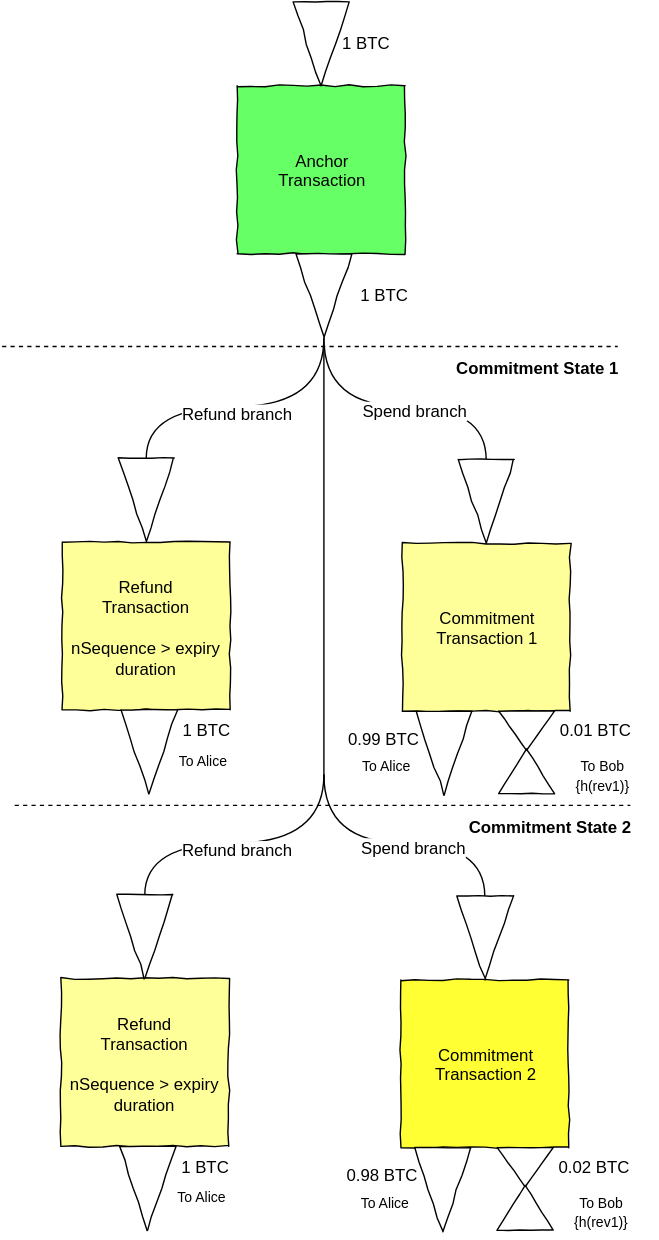
PayChan/bitcoin-payment-channels-taxonomy keeps this draw.io diagram as two-way-channel2.svg. Above is the earlier version. Source tidied: cells renumbered, new cells last; positions are measured from the earlier drawing's top-left corner, leaving out a move shared by most shapes.
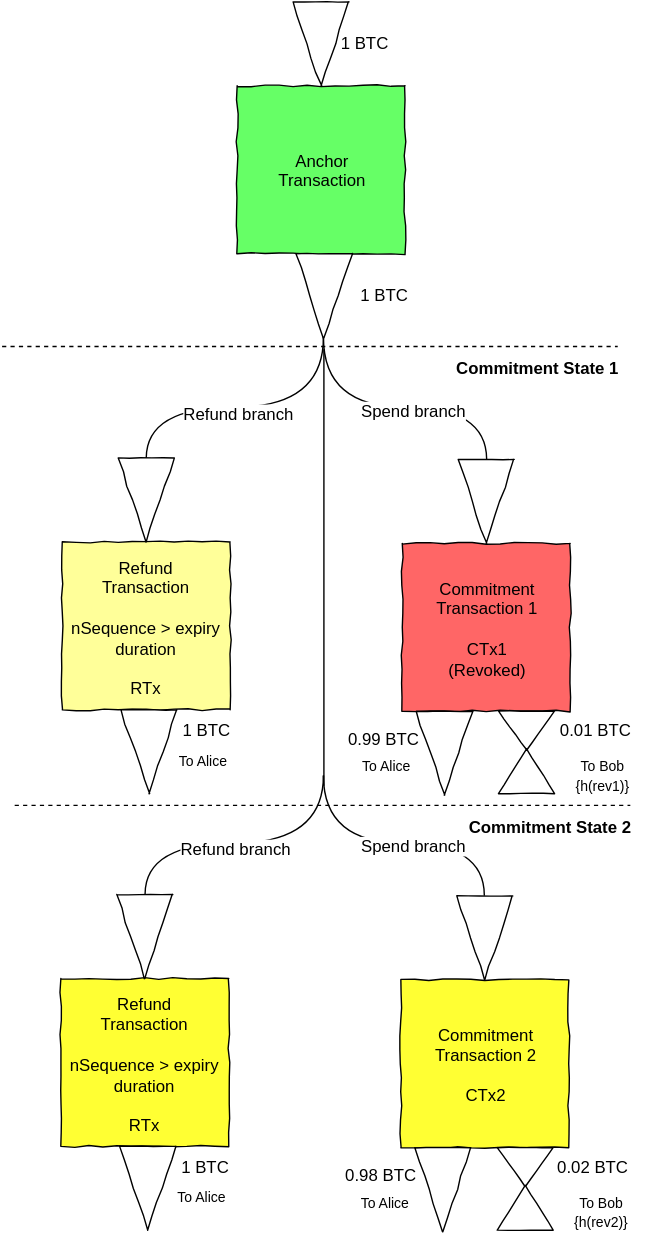
The same file after the commit.

Diff of the diagram source:
```diff
@@ -12,7 +12,7 @@
       <mxGeometry x="200" y="179.7" width="60" height="40" as="geometry" />
     </mxCell>
     <mxCell id="5" style="endArrow=none;html=1;edgeStyle=orthogonalEdgeStyle;endFill=0;curved=1;exitX=1;exitY=0.5;entryX=0;entryY=0.5;" parent="1" edge="1" source="4" target="17">
-      <mxGeometry x="937" y="4769.7" as="geometry">
+      <mxGeometry x="942" y="6497.7" as="geometry">
         <Array as="points">
           <mxPoint x="230" y="279" />
           <mxPoint x="346" y="279" />
@@ -25,12 +25,12 @@
       </mxGeometry>
     </mxCell>
     <mxCell id="7" value="Spend branch" style="text;html=1;align=center;verticalAlign=middle;labelBackgroundColor=#ffffff;" parent="1" vertex="1">
-      <mxGeometry x="295" y="281" as="geometry">
+      <mxGeometry x="294.2" y="281.3" as="geometry">
         <mxPoint x="12" y="2" as="offset" />
       </mxGeometry>
     </mxCell>
     <mxCell id="8" style="endArrow=none;html=1;edgeStyle=orthogonalEdgeStyle;endFill=0;curved=1;exitX=1;exitY=0.5;entryX=0;entryY=0.5;" parent="1" edge="1" source="4" target="14">
-      <mxGeometry x="647" y="4779.7" as="geometry">
+      <mxGeometry x="652" y="6507.7" as="geometry">
         <Array as="points">
           <mxPoint x="230" y="279" />
           <mxPoint x="103" y="279" />
@@ -43,7 +43,7 @@
       </mxGeometry>
     </mxCell>
     <mxCell id="10" value="Refund branch" style="text;html=1;align=center;verticalAlign=middle;labelBackgroundColor=#ffffff;" parent="1" vertex="1">
-      <mxGeometry x="168" y="283" as="geometry">
+      <mxGeometry x="169" y="283.3" as="geometry">
         <mxPoint x="-4" y="4" as="offset" />
       </mxGeometry>
     </mxCell>
@@ -53,7 +53,7 @@
     <mxCell id="12" value="1 BTC" style="text;html=1;strokeColor=none;fillColor=none;align=center;verticalAlign=middle;whiteSpace=wrap;overflow=hidden;comic=1;" parent="1" vertex="1">
       <mxGeometry x="249" y="179.7" width="48" height="39" as="geometry" />
     </mxCell>
-    <mxCell id="13" value="&lt;span&gt;Refund&lt;/span&gt;&lt;div&gt;Transaction&lt;/div&gt;&lt;div&gt;&lt;br&gt;&lt;/div&gt;&lt;div&gt;nSequence &amp;gt; expiry duration&lt;/div&gt;" style="whiteSpace=wrap;html=1;comic=1;fillColor=#FFFF99;" parent="1" vertex="1">
+    <mxCell id="13" value="&lt;span&gt;Refund&lt;/span&gt;&lt;div&gt;Transaction&lt;/div&gt;&lt;div&gt;&lt;br&gt;&lt;/div&gt;&lt;div&gt;nSequence &amp;gt; expiry duration&lt;/div&gt;&lt;div&gt;&lt;br&gt;&lt;/div&gt;&lt;div&gt;RTx&lt;/div&gt;" style="whiteSpace=wrap;html=1;comic=1;fillColor=#FFFF99;" parent="1" vertex="1">
       <mxGeometry x="43" y="375.7" width="120" height="120" as="geometry" />
     </mxCell>
     <mxCell id="14" style="triangle;whiteSpace=wrap;html=1;comic=1;rotation=90;" parent="1" vertex="1">
@@ -62,7 +62,7 @@
     <mxCell id="15" style="triangle;whiteSpace=wrap;html=1;comic=1;rotation=90;" parent="1" vertex="1">
       <mxGeometry x="75" y="505.7" width="60" height="40" as="geometry" />
     </mxCell>
-    <mxCell id="16" value="Commitment&lt;div&gt;Transaction 1&lt;/div&gt;" style="whiteSpace=wrap;html=1;comic=1;fillColor=#FFFF99;" parent="1" vertex="1">
+    <mxCell id="16" value="Commitment&lt;div&gt;Transaction 1&lt;/div&gt;&lt;div&gt;&lt;br&gt;&lt;/div&gt;&lt;div&gt;CTx1&lt;/div&gt;&lt;div&gt;(Revoked)&lt;/div&gt;" style="whiteSpace=wrap;html=1;comic=1;fillColor=#FF6666;" parent="1" vertex="1">
       <mxGeometry x="286" y="376.7" width="120" height="120" as="geometry" />
     </mxCell>
     <mxCell id="17" style="triangle;whiteSpace=wrap;html=1;comic=1;rotation=90;" parent="1" vertex="1">
@@ -117,7 +117,7 @@
       <mxGeometry x="394" y="524.3" width="70" height="36" as="geometry" />
     </mxCell>
     <mxCell id="34" style="endArrow=none;html=1;endFill=0;dashed=1;" parent="1" edge="1">
-      <mxGeometry x="692" y="4766" as="geometry">
+      <mxGeometry x="697" y="6494" as="geometry">
         <mxPoint y="236" as="sourcePoint" />
         <mxPoint x="440" y="236" as="targetPoint" />
       </mxGeometry>
@@ -126,8 +126,8 @@
       <mxGeometry x="305.7" y="241" width="153" height="20" as="geometry" />
     </mxCell>
     <mxCell id="36" style="endArrow=none;html=1;edgeStyle=orthogonalEdgeStyle;endFill=0;curved=1;exitX=1;exitY=0.5;entryX=0;entryY=0.5;" parent="1" edge="1" target="46">
-      <mxGeometry x="936" y="5081.7" as="geometry">
-        <mxPoint x="230" y="542" as="sourcePoint" />
+      <mxGeometry x="941" y="6809.7" as="geometry">
+        <mxPoint x="229.7" y="542.7" as="sourcePoint" />
         <Array as="points">
           <mxPoint x="230" y="591" />
           <mxPoint x="345" y="591" />
@@ -140,13 +140,13 @@
       </mxGeometry>
     </mxCell>
     <mxCell id="38" value="Spend branch" style="text;html=1;align=center;verticalAlign=middle;labelBackgroundColor=#ffffff;" parent="1" vertex="1">
-      <mxGeometry x="294" y="593" as="geometry">
+      <mxGeometry x="294.2" y="593" as="geometry">
         <mxPoint x="12" y="2" as="offset" />
       </mxGeometry>
     </mxCell>
     <mxCell id="39" style="endArrow=none;html=1;edgeStyle=orthogonalEdgeStyle;endFill=0;curved=1;exitX=1;exitY=0.5;entryX=0;entryY=0.5;" parent="1" edge="1" target="43">
-      <mxGeometry x="646" y="5091.7" as="geometry">
-        <mxPoint x="230" y="542" as="sourcePoint" />
+      <mxGeometry x="651" y="6819.7" as="geometry">
+        <mxPoint x="229.7" y="542.7" as="sourcePoint" />
         <Array as="points">
           <mxPoint x="230" y="591" />
           <mxPoint x="102" y="591" />
@@ -159,11 +159,11 @@
       </mxGeometry>
     </mxCell>
     <mxCell id="41" value="Refund branch" style="text;html=1;align=center;verticalAlign=middle;labelBackgroundColor=#ffffff;" parent="1" vertex="1">
-      <mxGeometry x="168" y="595" as="geometry">
+      <mxGeometry x="167.3" y="595" as="geometry">
         <mxPoint x="-4" y="4" as="offset" />
       </mxGeometry>
     </mxCell>
-    <mxCell id="42" value="&lt;span&gt;Refund&lt;/span&gt;&lt;div&gt;Transaction&lt;/div&gt;&lt;div&gt;&lt;br&gt;&lt;/div&gt;&lt;div&gt;nSequence &amp;gt; expiry duration&lt;/div&gt;" style="whiteSpace=wrap;html=1;comic=1;fillColor=#FFFF99;" parent="1" vertex="1">
+    <mxCell id="42" value="&lt;span&gt;Refund&lt;/span&gt;&lt;div&gt;Transaction&lt;/div&gt;&lt;div&gt;&lt;br&gt;&lt;/div&gt;&lt;div&gt;nSequence &amp;gt; expiry duration&lt;/div&gt;&lt;div&gt;&lt;br&gt;&lt;/div&gt;&lt;div&gt;RTx&lt;/div&gt;" style="whiteSpace=wrap;html=1;comic=1;fillColor=#FFFF33;" parent="1" vertex="1">
       <mxGeometry x="42" y="687.7" width="120" height="120" as="geometry" />
     </mxCell>
     <mxCell id="43" style="triangle;whiteSpace=wrap;html=1;comic=1;rotation=90;" parent="1" vertex="1">
@@ -172,7 +172,7 @@
     <mxCell id="44" style="triangle;whiteSpace=wrap;html=1;comic=1;rotation=90;" parent="1" vertex="1">
       <mxGeometry x="74" y="817.7" width="60" height="40" as="geometry" />
     </mxCell>
-    <mxCell id="45" value="Commitment&lt;div&gt;Transaction 2&lt;/div&gt;" style="whiteSpace=wrap;html=1;comic=1;fillColor=#FFFF33;" parent="1" vertex="1">
+    <mxCell id="45" value="Commitment&lt;div&gt;Transaction 2&lt;/div&gt;&lt;div&gt;&lt;br&gt;&lt;/div&gt;&lt;div&gt;CTx2&lt;/div&gt;" style="whiteSpace=wrap;html=1;comic=1;fillColor=#FFFF33;" parent="1" vertex="1">
       <mxGeometry x="285" y="688.7" width="120" height="120" as="geometry" />
     </mxCell>
     <mxCell id="46" style="triangle;whiteSpace=wrap;html=1;comic=1;rotation=90;" parent="1" vertex="1">
@@ -223,17 +223,17 @@
     <mxCell id="61" value="&lt;font style=&quot;font-size: 10px&quot;&gt;To Alice&lt;/font&gt;" style="text;html=1;strokeColor=none;fillColor=none;align=center;verticalAlign=middle;whiteSpace=wrap;overflow=hidden;" parent="1" vertex="1">
       <mxGeometry x="244" y="837.3" width="59" height="20" as="geometry" />
     </mxCell>
-    <mxCell id="62" value="&lt;font style=&quot;font-size: 10px&quot;&gt;To Bob&lt;br&gt;&lt;/font&gt;&lt;div&gt;&lt;font style=&quot;font-size: 10px&quot;&gt;&lt;span&gt;{h(rev1)}&lt;/span&gt;&lt;/font&gt;&lt;/div&gt;" style="text;html=1;strokeColor=none;fillColor=none;align=center;verticalAlign=middle;whiteSpace=wrap;overflow=hidden;" parent="1" vertex="1">
+    <mxCell id="62" value="&lt;font style=&quot;font-size: 10px&quot;&gt;To Bob&lt;br&gt;&lt;/font&gt;&lt;div&gt;&lt;font style=&quot;font-size: 10px&quot;&gt;&lt;span&gt;{h(rev2)}&lt;/span&gt;&lt;/font&gt;&lt;/div&gt;" style="text;html=1;strokeColor=none;fillColor=none;align=center;verticalAlign=middle;whiteSpace=wrap;overflow=hidden;" parent="1" vertex="1">
       <mxGeometry x="393" y="836.3" width="70" height="36" as="geometry" />
     </mxCell>
     <mxCell id="63" style="endArrow=none;html=1;endFill=0;" parent="1" edge="1">
-      <mxGeometry x="922" y="4768" as="geometry">
+      <mxGeometry x="927" y="6496" as="geometry">
         <mxPoint x="230" y="238" as="sourcePoint" />
         <mxPoint x="230" y="550" as="targetPoint" />
       </mxGeometry>
     </mxCell>
     <mxCell id="64" style="endArrow=none;html=1;endFill=0;dashed=1;" parent="1" edge="1">
-      <mxGeometry x="701" y="5094" as="geometry">
+      <mxGeometry x="706" y="6822" as="geometry">
         <mxPoint x="9" y="564" as="sourcePoint" />
         <mxPoint x="449" y="564" as="targetPoint" />
       </mxGeometry>
```
